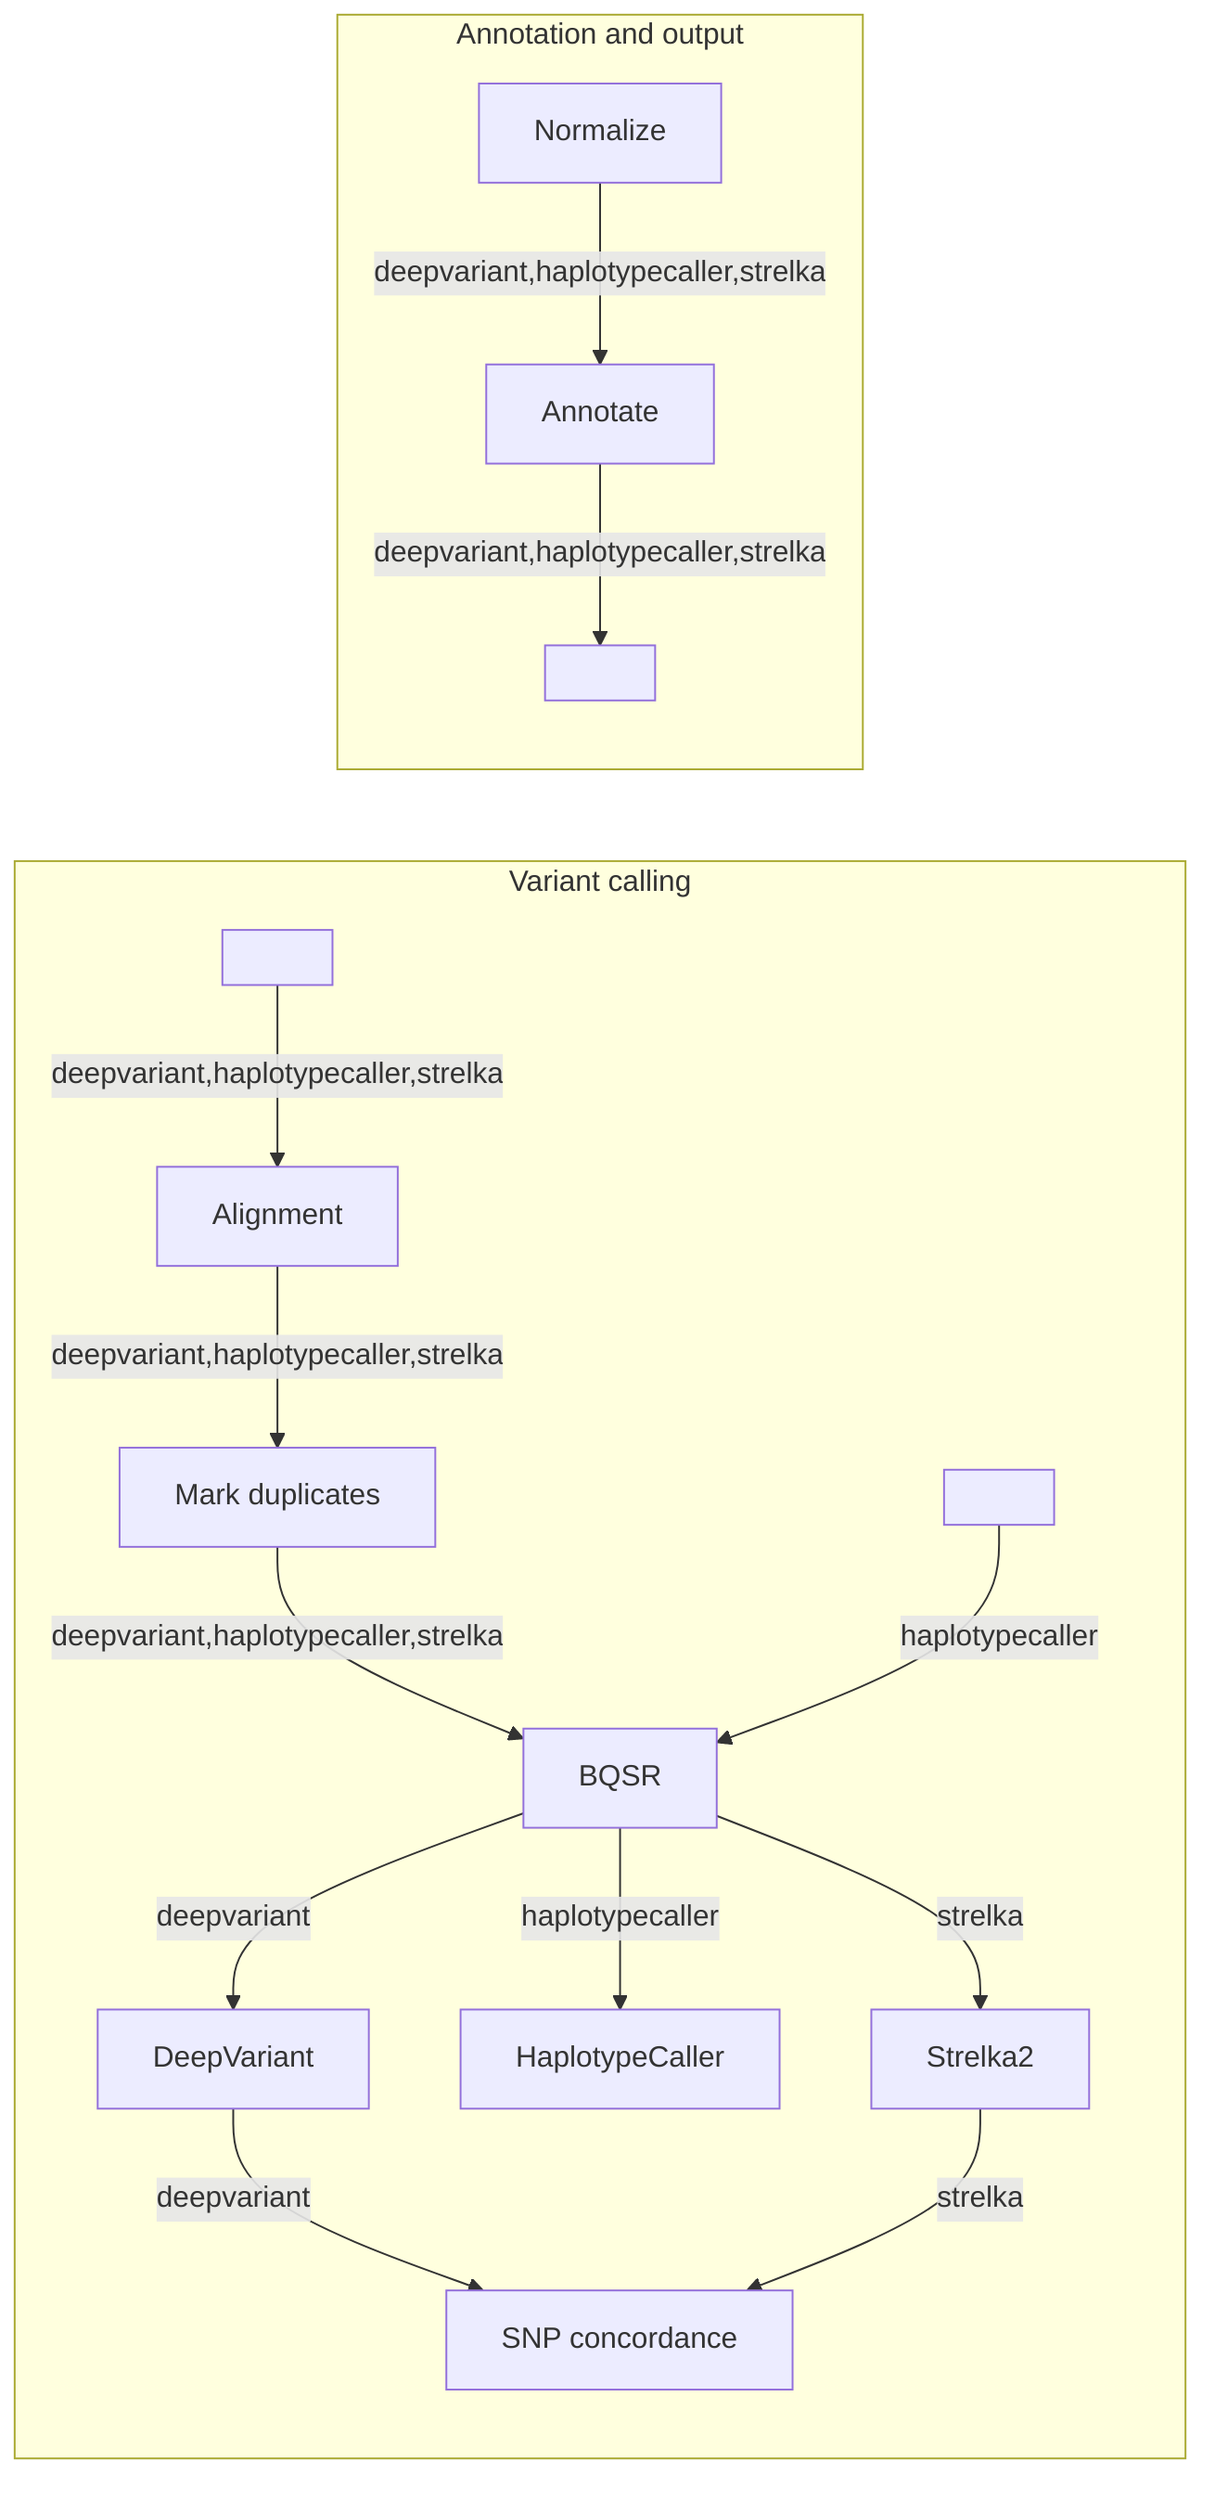
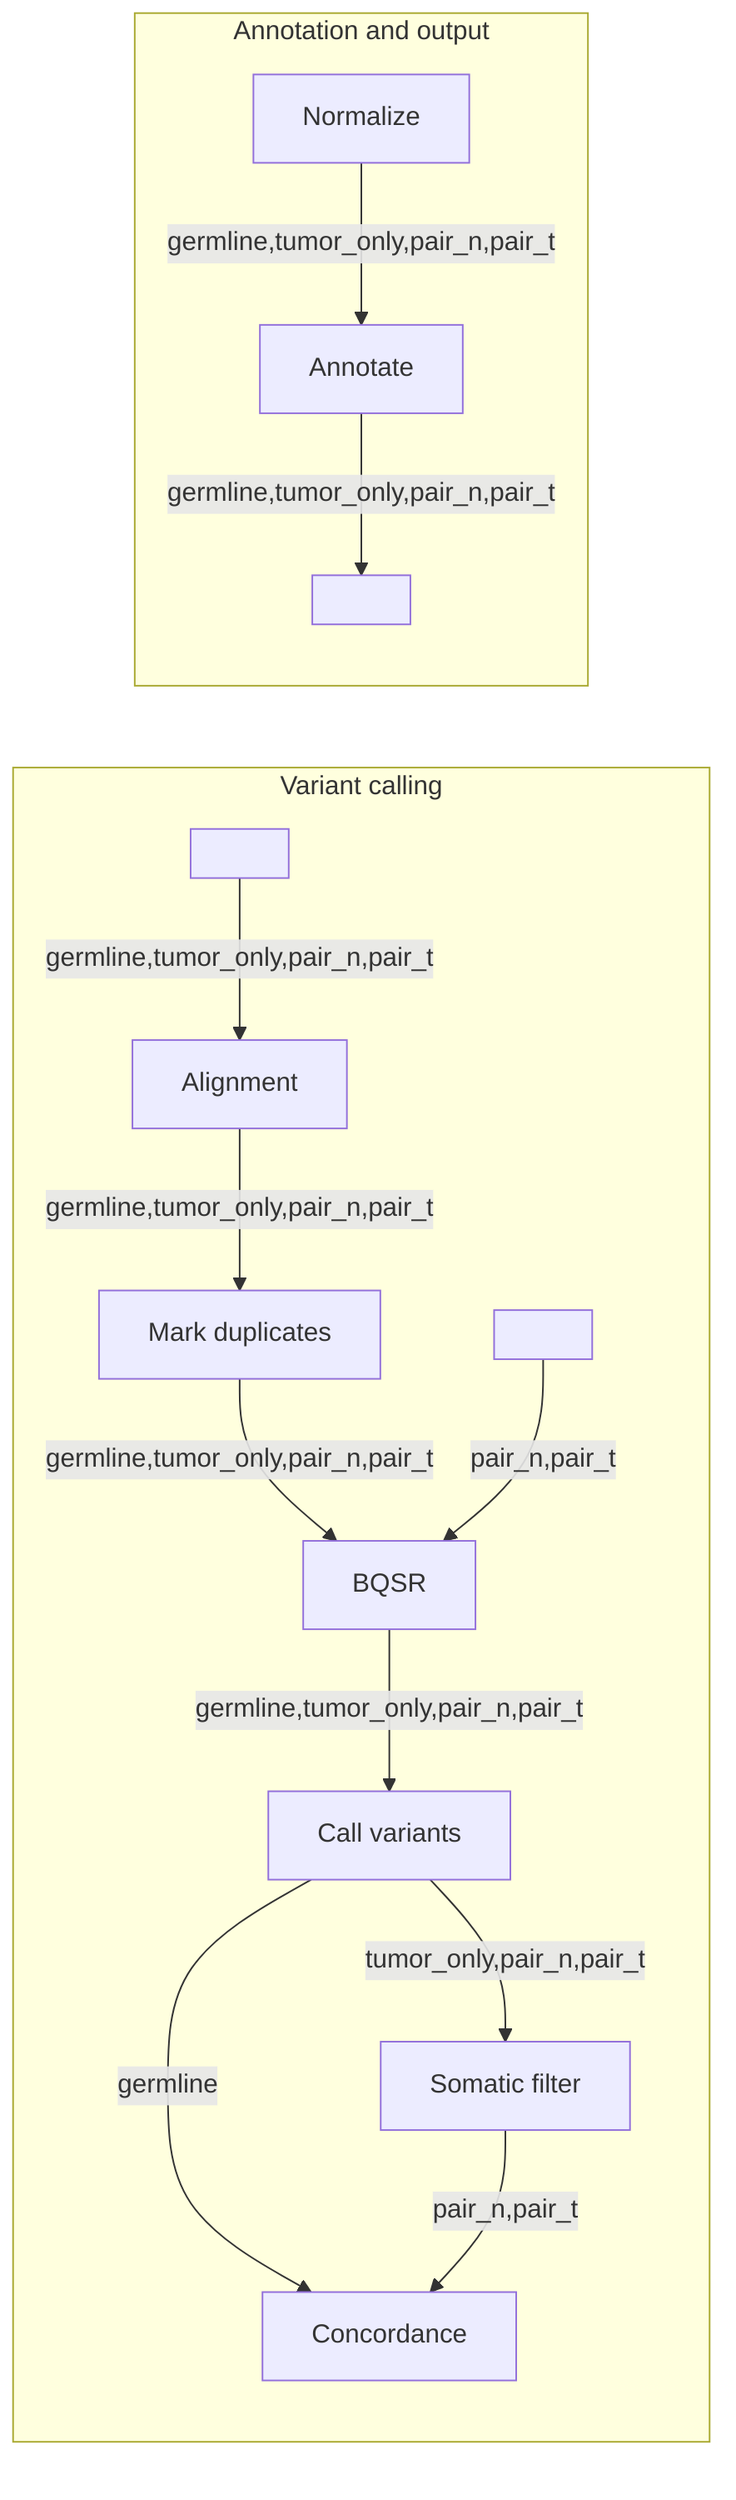
- %%metro title: Rail mode: variant-calling pathways
+ %%metro title: Rail mode: variant-calling sample routes
%%metro style: dark
%%metro rail_mode: true
%%metro label_angle: 45
- %%metro line: deepvariant | DeepVariant | #2db572
- %%metro line: haplotypecaller | HaplotypeCaller (GATK) | #0570b0
- %%metro line: strelka | Strelka2 | #e63946
+ %%metro line: germline | Germline | #2db572
+ %%metro line: tumor_only | Tumour-only | #f4a300
+ %%metro line: pair_n | Pair (normal) | #0570b0
+ %%metro line: pair_t | Pair (tumour) | #e63946
+ %%metro legend_combo: pair_n, pair_t | Tumour-normal pair
%%metro legend: bl
%%metro file: cram_in | CRAM
%%metro file: samples_csv | CSV | Samples
%%metro file: vcf_out | VCF
%%metro off_track: samples_csv

graph LR
    subgraph calling [Variant calling]
        cram_in[ ]
        align[Alignment]
        markdup[Mark duplicates]
        bqsr[BQSR]
        samples_csv[ ]
-         dv[DeepVariant]
-         hc[HaplotypeCaller]
-         strelka_call[Strelka2]
-         concord[SNP concordance]
+         callvar[Call variants]
+         somatic[Somatic filter]
+         concord[Concordance]

-         cram_in -->|deepvariant,haplotypecaller,strelka| align
-         align -->|deepvariant,haplotypecaller,strelka| markdup
-         markdup -->|deepvariant,haplotypecaller,strelka| bqsr
-         samples_csv -->|haplotypecaller| bqsr
+         cram_in -->|germline,tumor_only,pair_n,pair_t| align
+         align -->|germline,tumor_only,pair_n,pair_t| markdup
+         markdup -->|germline,tumor_only,pair_n,pair_t| bqsr
+         samples_csv -->|pair_n,pair_t| bqsr

-         bqsr -->|deepvariant| dv
-         bqsr -->|haplotypecaller| hc
-         bqsr -->|strelka| strelka_call
- 
-         dv -->|deepvariant| concord
-         strelka_call -->|strelka| concord
+         bqsr -->|germline,tumor_only,pair_n,pair_t| callvar
+         callvar -->|tumor_only,pair_n,pair_t| somatic
+         callvar -->|germline| concord
+         somatic -->|pair_n,pair_t| concord
    end

    subgraph annotate [Annotation and output]
        norm[Normalize]
        vep[Annotate]
        vcf_out[ ]

-         norm -->|deepvariant,haplotypecaller,strelka| vep
-         vep -->|deepvariant,haplotypecaller,strelka| vcf_out
+         norm -->|germline,tumor_only,pair_n,pair_t| vep
+         vep -->|germline,tumor_only,pair_n,pair_t| vcf_out
    end
